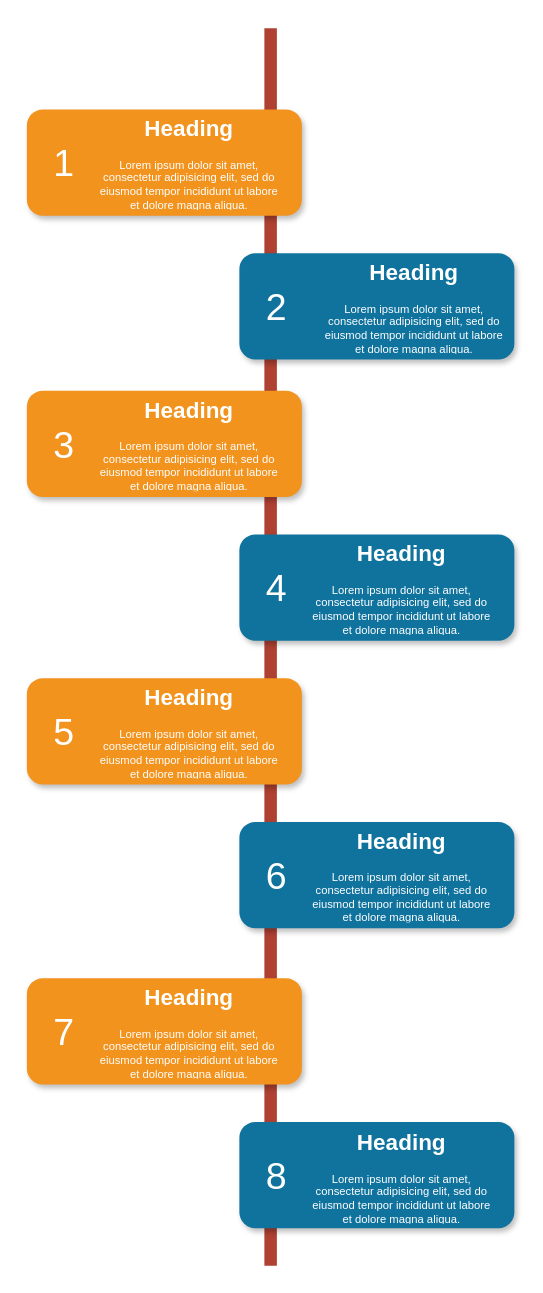
Earlier version of the draw.io diagram Untitled Diagram.drawio (zjamy/temp). Source tidied: cells renumbered, new cells numbered last; positions are measured from the earlier drawing's top-left corner, leaving out a move shared by most shapes. Both pictures are drawn from the tidied source at 125%, with x=0, y=0 at pixel (26, 28).
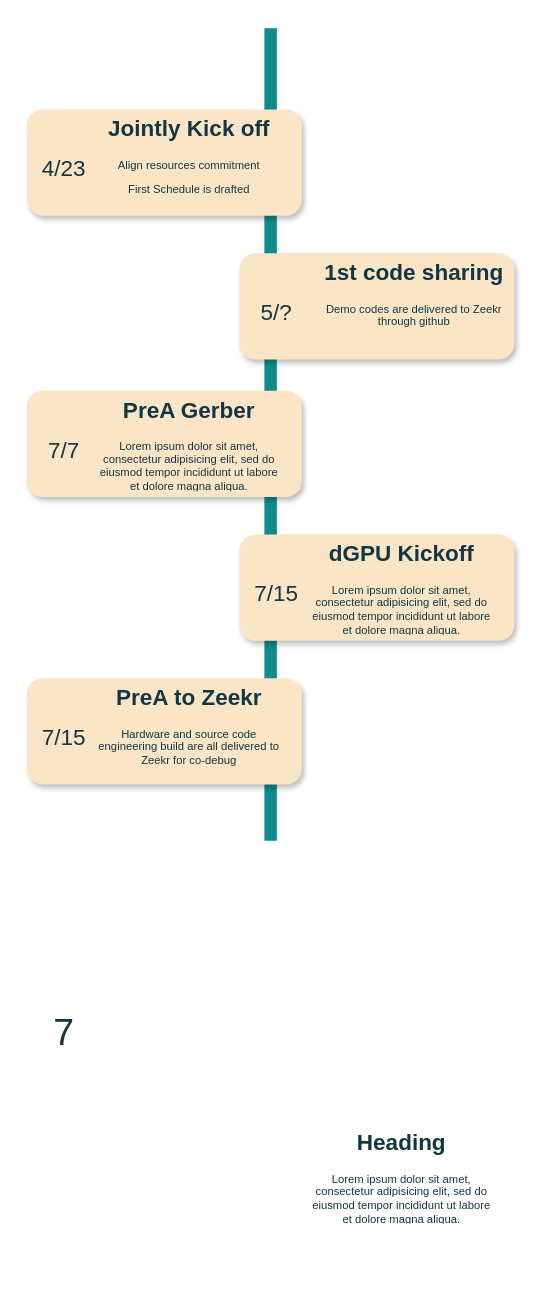
The same page after the edit.

What changed in the source:
```diff
@@
-    <mxCell id="2" style="line;strokeWidth=10;direction=south;html=1;fillColor=none;fontSize=13;fontColor=#000000;align=center;strokeColor=#AE4132;" parent="1" vertex="1">
-      <mxGeometry x="190" width="10" height="990" as="geometry" />
+    <mxCell id="2" style="line;strokeWidth=10;direction=south;html=1;fillColor=none;fontSize=13;fontColor=#143642;align=center;strokeColor=#0F8B8D;labelBackgroundColor=none;" parent="1" vertex="1">
+      <mxGeometry x="190" width="10" height="650" as="geometry" />
     </mxCell>
-    <mxCell id="3" style="rounded=1;whiteSpace=wrap;html=1;strokeColor=none;strokeWidth=1;fillColor=#F2931E;fontSize=13;fontColor=#FFFFFF;align=center;gradientColor=none;gradientDirection=east;verticalAlign=top;shadow=1;" parent="1" vertex="1">
+    <mxCell id="3" style="rounded=1;whiteSpace=wrap;html=1;strokeColor=none;strokeWidth=1;fillColor=#FAE5C7;fontSize=13;fontColor=#143642;align=center;gradientDirection=east;verticalAlign=top;shadow=1;labelBackgroundColor=none;" parent="1" vertex="1">
       <mxGeometry y="65" width="220" height="85" as="geometry" />
     </mxCell>
-    <mxCell id="4" value="1" style="text;html=1;strokeColor=none;fillColor=none;align=center;verticalAlign=middle;whiteSpace=wrap;fontSize=30;fontColor=#FFFFFF;" parent="1" vertex="1">
+    <mxCell id="4" value="&lt;font style=&quot;font-size: 18px;&quot;&gt;4/23&lt;/font&gt;" style="text;html=1;strokeColor=none;fillColor=none;align=center;verticalAlign=middle;whiteSpace=wrap;fontSize=30;fontColor=#143642;labelBackgroundColor=none;" parent="1" vertex="1">
       <mxGeometry x="10" y="98" width="40" height="20" as="geometry" />
     </mxCell>
-    <mxCell id="5" style="rounded=1;whiteSpace=wrap;html=1;strokeColor=none;strokeWidth=1;fillColor=#10739E;fontSize=13;fontColor=#FFFFFF;align=center;gradientColor=none;gradientDirection=east;verticalAlign=top;shadow=1;" parent="1" vertex="1">
+    <mxCell id="5" style="rounded=1;whiteSpace=wrap;html=1;strokeColor=none;strokeWidth=1;fillColor=#FAE5C7;fontSize=13;fontColor=#143642;align=center;gradientDirection=east;verticalAlign=top;shadow=1;labelBackgroundColor=none;" parent="1" vertex="1">
       <mxGeometry x="170" y="180" width="220" height="85" as="geometry" />
     </mxCell>
-    <mxCell id="6" value="2" style="text;html=1;strokeColor=none;fillColor=none;align=center;verticalAlign=middle;whiteSpace=wrap;fontSize=30;fontColor=#FFFFFF;" parent="1" vertex="1">
+    <mxCell id="6" value="&lt;font style=&quot;font-size: 18px;&quot;&gt;5/?&lt;/font&gt;" style="text;html=1;strokeColor=none;fillColor=none;align=center;verticalAlign=middle;whiteSpace=wrap;fontSize=30;fontColor=#143642;labelBackgroundColor=none;" parent="1" vertex="1">
       <mxGeometry x="180" y="213" width="40" height="20" as="geometry" />
     </mxCell>
-    <mxCell id="7" style="rounded=1;whiteSpace=wrap;html=1;strokeColor=none;strokeWidth=1;fillColor=#F2931E;fontSize=13;fontColor=#FFFFFF;align=center;gradientColor=none;gradientDirection=east;verticalAlign=top;shadow=1;" parent="1" vertex="1">
+    <mxCell id="7" style="rounded=1;whiteSpace=wrap;html=1;strokeColor=none;strokeWidth=1;fillColor=#FAE5C7;fontSize=13;fontColor=#143642;align=center;gradientDirection=east;verticalAlign=top;shadow=1;labelBackgroundColor=none;" parent="1" vertex="1">
       <mxGeometry y="290" width="220" height="85" as="geometry" />
     </mxCell>
-    <mxCell id="8" value="3" style="text;html=1;strokeColor=none;fillColor=none;align=center;verticalAlign=middle;whiteSpace=wrap;fontSize=30;fontColor=#FFFFFF;" parent="1" vertex="1">
+    <mxCell id="8" value="&lt;font style=&quot;font-size: 18px;&quot;&gt;7/7&lt;/font&gt;" style="text;html=1;strokeColor=none;fillColor=none;align=center;verticalAlign=middle;whiteSpace=wrap;fontSize=30;fontColor=#143642;labelBackgroundColor=none;" parent="1" vertex="1">
       <mxGeometry x="10" y="323" width="40" height="20" as="geometry" />
     </mxCell>
-    <mxCell id="9" style="rounded=1;whiteSpace=wrap;html=1;strokeColor=none;strokeWidth=1;fillColor=#10739E;fontSize=13;fontColor=#FFFFFF;align=center;gradientColor=none;gradientDirection=east;verticalAlign=top;shadow=1;" parent="1" vertex="1">
+    <mxCell id="9" style="rounded=1;whiteSpace=wrap;html=1;strokeColor=none;strokeWidth=1;fillColor=#FAE5C7;fontSize=13;fontColor=#143642;align=center;gradientDirection=east;verticalAlign=top;shadow=1;labelBackgroundColor=none;" parent="1" vertex="1">
       <mxGeometry x="170" y="405" width="220" height="85" as="geometry" />
     </mxCell>
-    <mxCell id="10" value="4" style="text;html=1;strokeColor=none;fillColor=none;align=center;verticalAlign=middle;whiteSpace=wrap;fontSize=30;fontColor=#FFFFFF;" parent="1" vertex="1">
+    <mxCell id="10" value="&lt;font style=&quot;font-size: 18px;&quot;&gt;7/15&lt;/font&gt;" style="text;html=1;strokeColor=none;fillColor=none;align=center;verticalAlign=middle;whiteSpace=wrap;fontSize=30;fontColor=#143642;labelBackgroundColor=none;" parent="1" vertex="1">
       <mxGeometry x="180" y="438" width="40" height="20" as="geometry" />
     </mxCell>
-    <mxCell id="11" style="rounded=1;whiteSpace=wrap;html=1;strokeColor=none;strokeWidth=1;fillColor=#F2931E;fontSize=13;fontColor=#FFFFFF;align=center;gradientColor=none;gradientDirection=east;verticalAlign=top;shadow=1;" parent="1" vertex="1">
+    <mxCell id="11" style="rounded=1;whiteSpace=wrap;html=1;strokeColor=none;strokeWidth=1;fillColor=#FAE5C7;fontSize=13;fontColor=#143642;align=center;gradientDirection=east;verticalAlign=top;shadow=1;labelBackgroundColor=none;" parent="1" vertex="1">
       <mxGeometry y="520" width="220" height="85" as="geometry" />
     </mxCell>
-    <mxCell id="12" value="5" style="text;html=1;strokeColor=none;fillColor=none;align=center;verticalAlign=middle;whiteSpace=wrap;fontSize=30;fontColor=#FFFFFF;" parent="1" vertex="1">
+    <mxCell id="12" value="&lt;font style=&quot;font-size: 18px;&quot;&gt;7/15&lt;/font&gt;" style="text;html=1;strokeColor=none;fillColor=none;align=center;verticalAlign=middle;whiteSpace=wrap;fontSize=30;fontColor=#143642;labelBackgroundColor=none;" parent="1" vertex="1">
       <mxGeometry x="10" y="553" width="40" height="20" as="geometry" />
     </mxCell>
-    <mxCell id="13" style="rounded=1;whiteSpace=wrap;html=1;strokeColor=none;strokeWidth=1;fillColor=#10739E;fontSize=13;fontColor=#FFFFFF;align=center;gradientColor=none;gradientDirection=east;verticalAlign=top;shadow=1;" parent="1" vertex="1">
-      <mxGeometry x="170" y="635" width="220" height="85" as="geometry" />
-    </mxCell>
-    <mxCell id="14" value="6" style="text;html=1;strokeColor=none;fillColor=none;align=center;verticalAlign=middle;whiteSpace=wrap;fontSize=30;fontColor=#FFFFFF;" parent="1" vertex="1">
-      <mxGeometry x="180" y="668" width="40" height="20" as="geometry" />
-    </mxCell>
-    <mxCell id="15" style="rounded=1;whiteSpace=wrap;html=1;strokeColor=none;strokeWidth=1;fillColor=#F2931E;fontSize=13;fontColor=#FFFFFF;align=center;gradientColor=none;gradientDirection=east;verticalAlign=top;shadow=1;" parent="1" vertex="1">
-      <mxGeometry y="760" width="220" height="85" as="geometry" />
-    </mxCell>
-    <mxCell id="16" value="7" style="text;html=1;strokeColor=none;fillColor=none;align=center;verticalAlign=middle;whiteSpace=wrap;fontSize=30;fontColor=#FFFFFF;" parent="1" vertex="1">
+    <mxCell id="16" value="7" style="text;html=1;strokeColor=none;fillColor=none;align=center;verticalAlign=middle;whiteSpace=wrap;fontSize=30;fontColor=#143642;labelBackgroundColor=none;" parent="1" vertex="1">
       <mxGeometry x="10" y="793" width="40" height="20" as="geometry" />
     </mxCell>
-    <mxCell id="17" style="rounded=1;whiteSpace=wrap;html=1;strokeColor=none;strokeWidth=1;fillColor=#10739E;fontSize=13;fontColor=#FFFFFF;align=center;gradientColor=none;gradientDirection=east;verticalAlign=top;shadow=1;" parent="1" vertex="1">
-      <mxGeometry x="170" y="875" width="220" height="85" as="geometry" />
-    </mxCell>
-    <mxCell id="18" value="8" style="text;html=1;strokeColor=none;fillColor=none;align=center;verticalAlign=middle;whiteSpace=wrap;fontSize=30;fontColor=#FFFFFF;" parent="1" vertex="1">
-      <mxGeometry x="180" y="908" width="40" height="20" as="geometry" />
-    </mxCell>
-    <mxCell id="19" value="&lt;h1&gt;Heading&lt;/h1&gt;&lt;p&gt;Lorem ipsum dolor sit amet, consectetur adipisicing elit, sed do eiusmod tempor incididunt ut labore et dolore magna aliqua.&lt;/p&gt;" style="text;html=1;spacing=5;spacingTop=-20;whiteSpace=wrap;overflow=hidden;strokeColor=none;strokeWidth=4;fillColor=none;gradientColor=#007FFF;fontSize=9;fontColor=#FFFFFF;align=center;" parent="1" vertex="1">
+    <mxCell id="19" value="&lt;h1&gt;Jointly Kick off&lt;/h1&gt;&lt;p&gt;Align resources commitment&lt;/p&gt;&lt;p&gt;First Schedule is drafted&lt;/p&gt;" style="text;html=1;spacing=5;spacingTop=-20;whiteSpace=wrap;overflow=hidden;strokeColor=none;strokeWidth=4;fillColor=none;fontSize=9;fontColor=#143642;align=center;labelBackgroundColor=none;" parent="1" vertex="1">
       <mxGeometry x="50" y="69" width="160" height="77" as="geometry" />
     </mxCell>
-    <mxCell id="20" value="&lt;h1&gt;Heading&lt;/h1&gt;&lt;p&gt;Lorem ipsum dolor sit amet, consectetur adipisicing elit, sed do eiusmod tempor incididunt ut labore et dolore magna aliqua.&lt;/p&gt;" style="text;html=1;spacing=5;spacingTop=-20;whiteSpace=wrap;overflow=hidden;strokeColor=none;strokeWidth=4;fillColor=none;gradientColor=#007FFF;fontSize=9;fontColor=#FFFFFF;align=center;" parent="1" vertex="1">
+    <mxCell id="20" value="&lt;h1&gt;1st code sharing&lt;/h1&gt;&lt;p&gt;Demo codes are delivered to Zeekr through github&lt;/p&gt;" style="text;html=1;spacing=5;spacingTop=-20;whiteSpace=wrap;overflow=hidden;strokeColor=none;strokeWidth=4;fillColor=none;fontSize=9;fontColor=#143642;align=center;labelBackgroundColor=none;" parent="1" vertex="1">
       <mxGeometry x="230" y="184" width="160" height="77" as="geometry" />
     </mxCell>
-    <mxCell id="21" value="&lt;h1&gt;Heading&lt;/h1&gt;&lt;p&gt;Lorem ipsum dolor sit amet, consectetur adipisicing elit, sed do eiusmod tempor incididunt ut labore et dolore magna aliqua.&lt;/p&gt;" style="text;html=1;spacing=5;spacingTop=-20;whiteSpace=wrap;overflow=hidden;strokeColor=none;strokeWidth=4;fillColor=none;gradientColor=#007FFF;fontSize=9;fontColor=#FFFFFF;align=center;" parent="1" vertex="1">
+    <mxCell id="21" value="&lt;h1&gt;PreA Gerber&lt;/h1&gt;&lt;p&gt;Lorem ipsum dolor sit amet, consectetur adipisicing elit, sed do eiusmod tempor incididunt ut labore et dolore magna aliqua.&lt;/p&gt;" style="text;html=1;spacing=5;spacingTop=-20;whiteSpace=wrap;overflow=hidden;strokeColor=none;strokeWidth=4;fillColor=none;fontSize=9;fontColor=#143642;align=center;labelBackgroundColor=none;" parent="1" vertex="1">
       <mxGeometry x="50" y="294" width="160" height="77" as="geometry" />
     </mxCell>
-    <mxCell id="22" value="&lt;h1&gt;Heading&lt;/h1&gt;&lt;p&gt;Lorem ipsum dolor sit amet, consectetur adipisicing elit, sed do eiusmod tempor incididunt ut labore et dolore magna aliqua.&lt;/p&gt;" style="text;html=1;spacing=5;spacingTop=-20;whiteSpace=wrap;overflow=hidden;strokeColor=none;strokeWidth=4;fillColor=none;gradientColor=#007FFF;fontSize=9;fontColor=#FFFFFF;align=center;" parent="1" vertex="1">
+    <mxCell id="22" value="&lt;h1&gt;dGPU Kickoff&lt;/h1&gt;&lt;p&gt;Lorem ipsum dolor sit amet, consectetur adipisicing elit, sed do eiusmod tempor incididunt ut labore et dolore magna aliqua.&lt;/p&gt;" style="text;html=1;spacing=5;spacingTop=-20;whiteSpace=wrap;overflow=hidden;strokeColor=none;strokeWidth=4;fillColor=none;fontSize=9;fontColor=#143642;align=center;labelBackgroundColor=none;" parent="1" vertex="1">
       <mxGeometry x="220" y="409" width="160" height="77" as="geometry" />
     </mxCell>
-    <mxCell id="23" value="&lt;h1&gt;Heading&lt;/h1&gt;&lt;p&gt;Lorem ipsum dolor sit amet, consectetur adipisicing elit, sed do eiusmod tempor incididunt ut labore et dolore magna aliqua.&lt;/p&gt;" style="text;html=1;spacing=5;spacingTop=-20;whiteSpace=wrap;overflow=hidden;strokeColor=none;strokeWidth=4;fillColor=none;gradientColor=#007FFF;fontSize=9;fontColor=#FFFFFF;align=center;" parent="1" vertex="1">
+    <mxCell id="23" value="&lt;h1&gt;PreA to Zeekr&lt;/h1&gt;&lt;p&gt;Hardware and source code engineering build are all delivered to Zeekr for co-debug&lt;/p&gt;" style="text;html=1;spacing=5;spacingTop=-20;whiteSpace=wrap;overflow=hidden;strokeColor=none;strokeWidth=4;fillColor=none;fontSize=9;fontColor=#143642;align=center;labelBackgroundColor=none;" parent="1" vertex="1">
       <mxGeometry x="50" y="524" width="160" height="77" as="geometry" />
     </mxCell>
-    <mxCell id="24" value="&lt;h1&gt;Heading&lt;/h1&gt;&lt;p&gt;Lorem ipsum dolor sit amet, consectetur adipisicing elit, sed do eiusmod tempor incididunt ut labore et dolore magna aliqua.&lt;/p&gt;" style="text;html=1;spacing=5;spacingTop=-20;whiteSpace=wrap;overflow=hidden;strokeColor=none;strokeWidth=4;fillColor=none;gradientColor=#007FFF;fontSize=9;fontColor=#FFFFFF;align=center;" parent="1" vertex="1">
-      <mxGeometry x="220" y="639" width="160" height="77" as="geometry" />
-    </mxCell>
-    <mxCell id="25" value="&lt;h1&gt;Heading&lt;/h1&gt;&lt;p&gt;Lorem ipsum dolor sit amet, consectetur adipisicing elit, sed do eiusmod tempor incididunt ut labore et dolore magna aliqua.&lt;/p&gt;" style="text;html=1;spacing=5;spacingTop=-20;whiteSpace=wrap;overflow=hidden;strokeColor=none;strokeWidth=4;fillColor=none;gradientColor=#007FFF;fontSize=9;fontColor=#FFFFFF;align=center;" parent="1" vertex="1">
-      <mxGeometry x="50" y="764" width="160" height="77" as="geometry" />
-    </mxCell>
-    <mxCell id="26" value="&lt;h1&gt;Heading&lt;/h1&gt;&lt;p&gt;Lorem ipsum dolor sit amet, consectetur adipisicing elit, sed do eiusmod tempor incididunt ut labore et dolore magna aliqua.&lt;/p&gt;" style="text;html=1;spacing=5;spacingTop=-20;whiteSpace=wrap;overflow=hidden;strokeColor=none;strokeWidth=4;fillColor=none;gradientColor=#007FFF;fontSize=9;fontColor=#FFFFFF;align=center;" parent="1" vertex="1">
+    <mxCell id="26" value="&lt;h1&gt;Heading&lt;/h1&gt;&lt;p&gt;Lorem ipsum dolor sit amet, consectetur adipisicing elit, sed do eiusmod tempor incididunt ut labore et dolore magna aliqua.&lt;/p&gt;" style="text;html=1;spacing=5;spacingTop=-20;whiteSpace=wrap;overflow=hidden;strokeColor=none;strokeWidth=4;fillColor=none;fontSize=9;fontColor=#143642;align=center;labelBackgroundColor=none;" parent="1" vertex="1">
       <mxGeometry x="220" y="880" width="160" height="77" as="geometry" />
     </mxCell>
```
